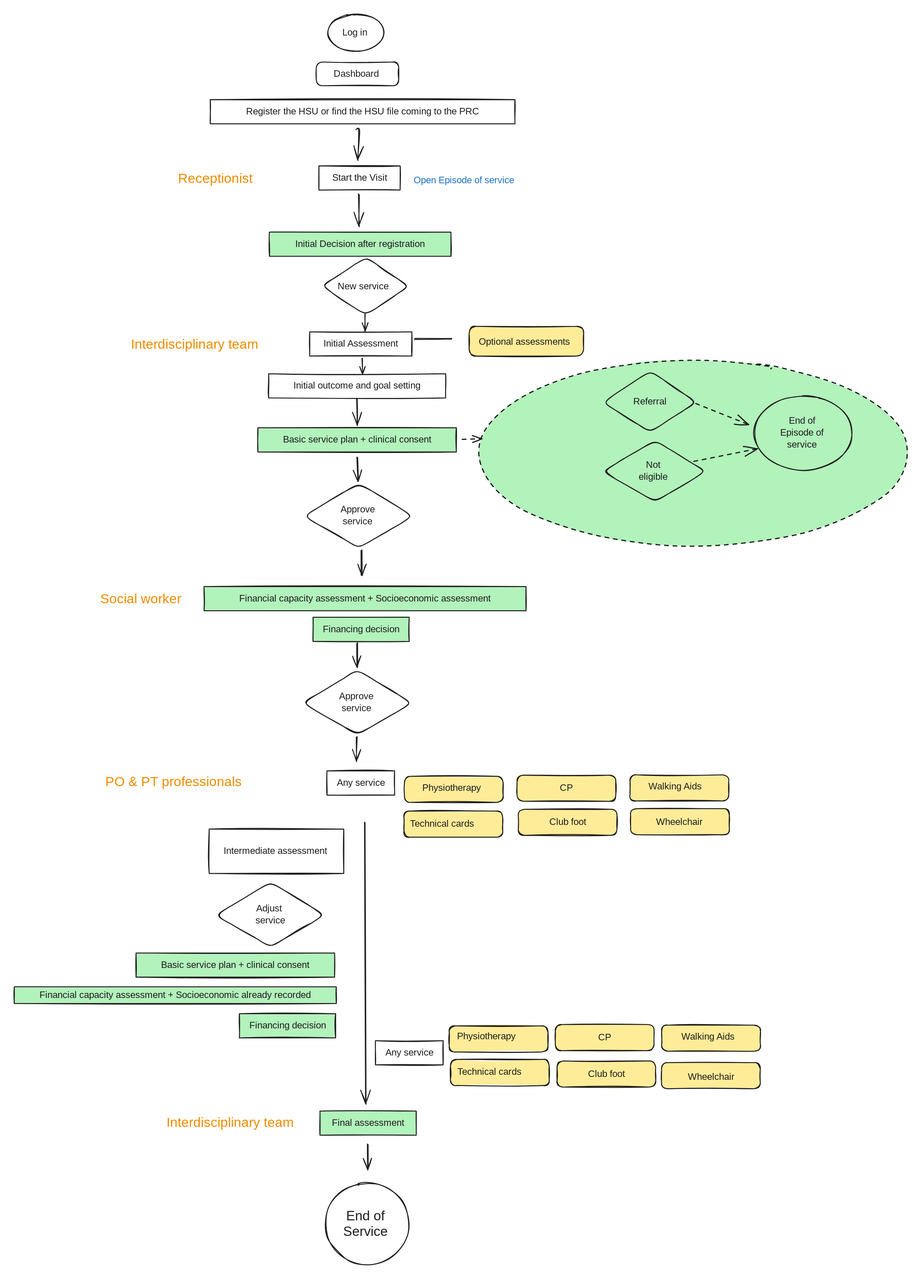
jmass01/digitalhealth-docs keeps this Excalidraw diagram as digital-center-management-system-v2/.gitbook/assets/file.excalidraw.svg. Above is the earlier version. Source tidied: one line per element, renumbered; positions are measured from the earlier drawing's top-left corner, leaving out a move shared by most shapes.
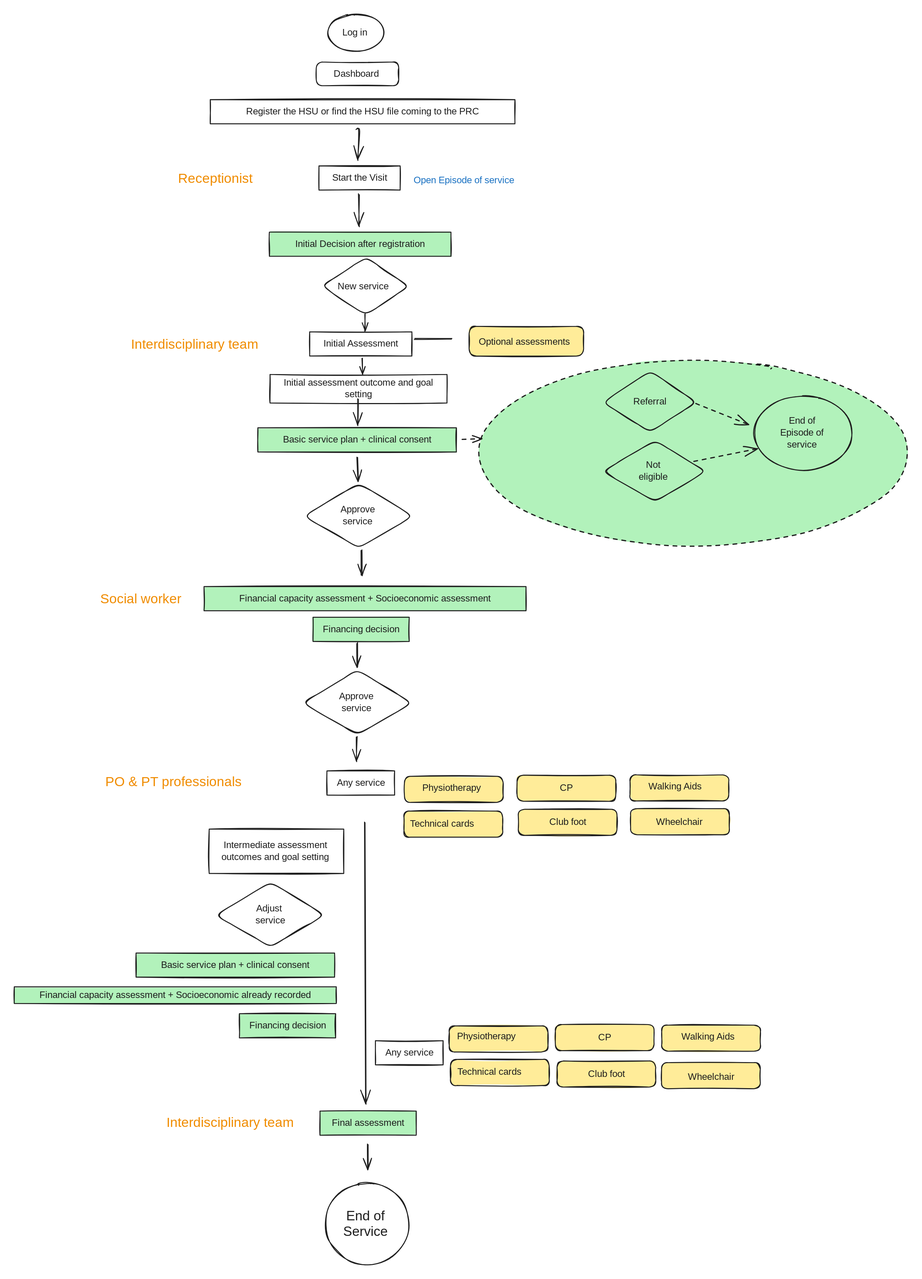
After the commit.

Change to the diagram source:
```diff
@@ -4,21 +4,21 @@
 {"id": 3, "type": "rectangle", "strokeColor": "#1e1e1e", "strokeWidth": 2, "roughness": 1, "x": 640, "y": 318, "width": 171, "height": 51}
 {"id": 4, "type": "rectangle", "strokeColor": "#1e1e1e", "backgroundColor": "#b2f2bb", "fillStyle": "solid", "strokeWidth": 2, "roughness": 1, "x": 536, "y": 457, "width": 381, "height": 51}
 {"id": 5, "type": "rectangle", "strokeColor": "#1e1e1e", "strokeWidth": 2, "roughness": 1, "x": 621, "y": 666, "width": 215, "height": 51}
-{"id": 6, "type": "rectangle", "strokeColor": "#1e1e1e", "strokeWidth": 2, "roughness": 1, "x": 534, "y": 754, "width": 372, "height": 51}
+{"id": 6, "type": "rectangle", "strokeColor": "#1e1e1e", "strokeWidth": 2, "roughness": 1, "x": 537, "y": 756, "width": 372, "height": 60}
 {"id": 7, "type": "rectangle", "strokeColor": "#1e1e1e", "backgroundColor": "#b2f2bb", "fillStyle": "solid", "strokeWidth": 2, "roughness": 1, "x": 512, "y": 868, "width": 417, "height": 51}
 {"id": 8, "type": "rectangle", "strokeColor": "#1e1e1e", "backgroundColor": "#b2f2bb", "fillStyle": "solid", "strokeWidth": 2, "roughness": 1, "x": 399, "y": 1201, "width": 676, "height": 51}
 {"id": 9, "type": "rectangle", "strokeColor": "#1e1e1e", "strokeWidth": 2, "roughness": 1, "x": 657, "y": 1588, "width": 142, "height": 51}
 {"id": 10, "type": "rectangle", "strokeColor": "#1e1e1e", "backgroundColor": "#b2f2bb", "fillStyle": "solid", "strokeWidth": 2, "roughness": 1, "x": 642, "y": 2302, "width": 202, "height": 51}
 {"id": 11, "type": "arrow", "strokeColor": "#1e1e1e", "strokeWidth": 2, "roughness": 1, "endArrowhead": "arrow", "round": true, "from": 2, "to": 3, "x": 718, "y": 242, "width": 6, "height": 64, "points": [[0, 0], [6, 3], [3, 64]]}
 {"id": 12, "type": "arrow", "strokeColor": "#1e1e1e", "strokeWidth": 2, "roughness": 1, "endArrowhead": "arrow", "round": true, "from": 3, "to": 4, "x": 723, "y": 377, "width": 2, "height": 68, "points": [[0, 0], [2, 68]]}
-{"id": 13, "type": "arrow", "strokeColor": "#1e1e1e", "strokeWidth": 2, "roughness": 1, "endArrowhead": "arrow", "round": true, "from": 5, "x": 731, "y": 722, "width": 1, "height": 33, "points": [[0, 0], [1, 33]]}
+{"id": 13, "type": "arrow", "strokeColor": "#1e1e1e", "strokeWidth": 2, "roughness": 1, "endArrowhead": "arrow", "round": true, "from": 5, "to": 6, "x": 731, "y": 722, "width": 1, "height": 33, "points": [[0, 0], [1, 33]]}
-{"id": 14, "type": "arrow", "strokeColor": "#1e1e1e", "strokeWidth": 2, "roughness": 1, "endArrowhead": "arrow", "round": true, "from": 6, "to": 7, "x": 720, "y": 806, "width": 0, "height": 56, "points": [[0, 0], [0, 56]]}
+{"id": 14, "type": "arrow", "strokeColor": "#1e1e1e", "strokeWidth": 2, "roughness": 1, "endArrowhead": "arrow", "round": true, "from": 6, "to": 7, "x": 722, "y": 807, "width": 1, "height": 55, "points": [[0, 0], [-1, 55]]}
 {"id": 15, "type": "arrow", "strokeColor": "#1e1e1e", "strokeWidth": 2, "roughness": 1, "endArrowhead": "arrow", "round": true, "to": 10, "x": 736, "y": 1697, "width": 3, "height": 589, "points": [[0, 0], [3, 589]]}
 {"id": 16, "type": "text", "text": "Register the HSU or find the HSU file coming to the PRC", "strokeColor": "#1e1e1e", "strokeWidth": 2, "roughness": 1, "fontSize": 20, "fontFamily": 1, "textAlign": "center", "verticalAlign": "middle", "inside": 2, "x": 448, "y": 192, "width": 568, "height": 25}
 {"id": 17, "type": "text", "text": "Start the Visit", "strokeColor": "#1e1e1e", "strokeWidth": 2, "roughness": 1, "fontSize": 20, "fontFamily": 1, "textAlign": "center", "verticalAlign": "middle", "inside": 3, "x": 650, "y": 331, "width": 151, "height": 25}
 {"id": 18, "type": "text", "text": "Initial Decision after registration", "strokeColor": "#1e1e1e", "strokeWidth": 2, "roughness": 1, "fontSize": 20, "fontFamily": 1, "textAlign": "center", "verticalAlign": "middle", "inside": 4, "x": 559, "y": 470, "width": 335, "height": 25}
 {"id": 19, "type": "text", "text": "Initial Assessment", "strokeColor": "#1e1e1e", "strokeWidth": 2, "roughness": 1, "fontSize": 20, "fontFamily": 1, "textAlign": "center", "verticalAlign": "middle", "inside": 5, "x": 637, "y": 679, "width": 181, "height": 25}
-{"id": 20, "type": "text", "text": "Initial outcome and goal setting", "strokeColor": "#1e1e1e", "strokeWidth": 2, "roughness": 1, "fontSize": 20, "fontFamily": 1, "textAlign": "center", "verticalAlign": "middle", "inside": 6, "x": 560, "y": 767, "width": 320, "height": 25}
+{"id": 20, "type": "text", "text": "Initial assessment outcome and goal\nsetting", "strokeColor": "#1e1e1e", "strokeWidth": 2, "roughness": 1, "fontSize": 20, "fontFamily": 1, "textAlign": "center", "verticalAlign": "middle", "inside": 6, "x": 542, "y": 761, "width": 362, "height": 50}
 {"id": 21, "type": "text", "text": "Basic service plan + clinical consent", "strokeColor": "#1e1e1e", "strokeWidth": 2, "roughness": 1, "fontSize": 20, "fontFamily": 1, "textAlign": "center", "verticalAlign": "middle", "inside": 7, "x": 542, "y": 881, "width": 356, "height": 25}
 {"id": 22, "type": "text", "text": "Financial capacity assessment + Socioeconomic assessment", "strokeColor": "#1e1e1e", "strokeWidth": 2, "roughness": 1, "fontSize": 20, "fontFamily": 1, "textAlign": "center", "verticalAlign": "middle", "inside": 8, "x": 447, "y": 1214, "width": 579, "height": 25}
 {"id": 23, "type": "text", "text": "Any service", "strokeColor": "#1e1e1e", "strokeWidth": 2, "roughness": 1, "fontSize": 20, "fontFamily": 1, "textAlign": "center", "verticalAlign": "middle", "inside": 9, "x": 674, "y": 1601, "width": 108, "height": 25}
@@ -50,7 +50,7 @@
 {"id": 49, "type": "rectangle", "strokeColor": "#1e1e1e", "backgroundColor": "#ffec99", "fillStyle": "solid", "strokeWidth": 2, "roughness": 1, "round": true, "x": 1056, "y": 1597, "width": 207, "height": 55}
 {"id": 50, "type": "text", "text": "CP", "strokeColor": "#1e1e1e", "backgroundColor": "#ffec99", "fillStyle": "solid", "strokeWidth": 2, "roughness": 1, "fontSize": 20, "fontFamily": 1, "textAlign": "center", "verticalAlign": "middle", "inside": 49, "x": 1147, "y": 1612, "width": 26, "height": 25}
 {"id": 51, "type": "rectangle", "strokeColor": "#1e1e1e", "strokeWidth": 2, "roughness": 1, "x": 409, "y": 1710, "width": 283, "height": 93}
-{"id": 52, "type": "text", "text": "Intermediate assessment ", "strokeColor": "#1e1e1e", "strokeWidth": 2, "roughness": 1, "fontSize": 20, "fontFamily": 1, "textAlign": "center", "verticalAlign": "middle", "inside": 51, "x": 421, "y": 1744, "width": 259, "height": 25}
+{"id": 52, "type": "text", "text": "Intermediate assessment \noutcomes and goal setting ", "strokeColor": "#1e1e1e", "strokeWidth": 2, "roughness": 1, "fontSize": 20, "fontFamily": 1, "textAlign": "center", "verticalAlign": "middle", "inside": 51, "x": 416, "y": 1732, "width": 270, "height": 50}
 {"id": 53, "type": "rectangle", "strokeColor": "#1e1e1e", "backgroundColor": "#b2f2bb", "fillStyle": "solid", "strokeWidth": 2, "roughness": 1, "x": 256, "y": 1970, "width": 417, "height": 51}
 {"id": 54, "type": "text", "text": "Basic service plan + clinical consent", "strokeColor": "#1e1e1e", "strokeWidth": 2, "roughness": 1, "fontSize": 20, "fontFamily": 1, "textAlign": "center", "verticalAlign": "middle", "inside": 53, "x": 286, "y": 1983, "width": 356, "height": 25}
 {"id": 55, "type": "diamond", "strokeColor": "#1e1e1e", "strokeWidth": 2, "roughness": 1, "round": true, "x": 609, "y": 984, "width": 229, "height": 136}
```
